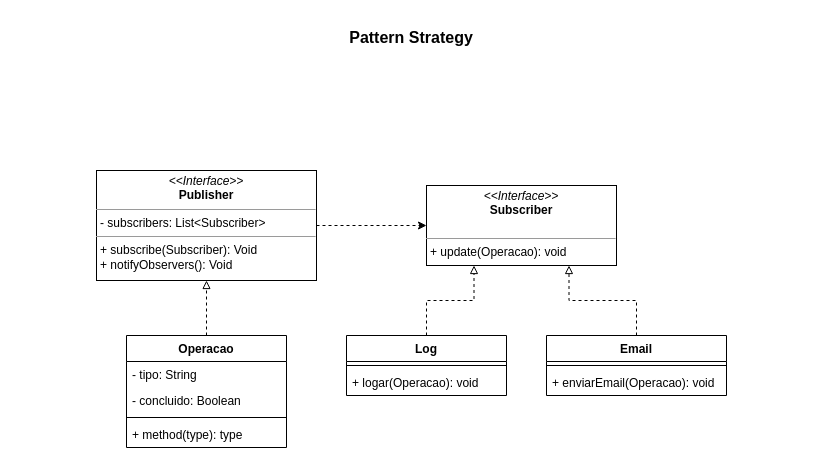
Above: page "Pattern" (1 of 2) of Padrões de Pojetos/Documentos/Diagramas/Strategy.drawio in hrszanini/bertoti (draw.io), before the change. Source tidied: cells renumbered, new cells numbered last; positions are measured from the earlier drawing's top-left corner, leaving out a move shared by most shapes. Both pictures are drawn from the tidied source at 100%, with x=0, y=0 at pixel (96, 17).
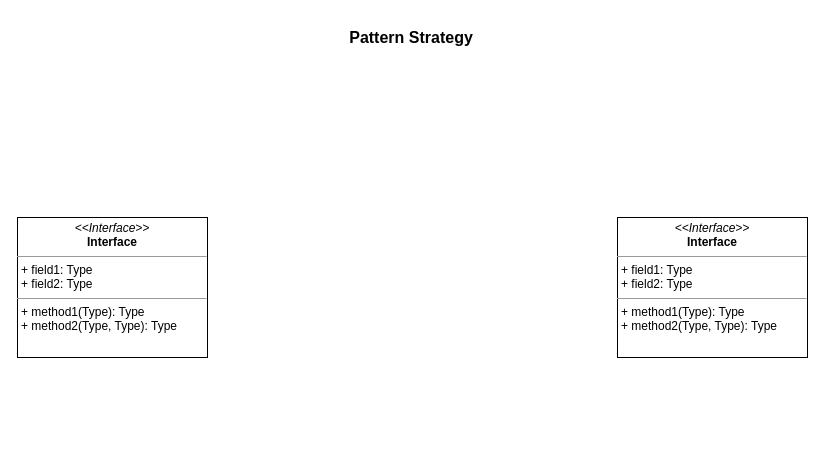
The same page after the edit.

Commit message (it also covers changes not shown here):
Alteração de imagem

What changed in the source:
```diff
@@
 <mxGraphModel>
   <root>
     <mxCell id="0" />
     <mxCell id="1" parent="0" />
-    <mxCell id="2" style="edgeStyle=orthogonalEdgeStyle;rounded=0;jettySize=auto;html=1;endArrow=block;endFill=0;dashed=1;" parent="1" edge="1" source="3" target="9">
-      <mxGeometry relative="1" as="geometry" />
-    </mxCell>
-    <mxCell id="3" value="Operacao" style="swimlane;fontStyle=1;align=center;verticalAlign=top;horizontal=1;startSize=26;" parent="1" vertex="1">
-      <mxGeometry x="30" y="318" width="160" height="112" as="geometry" />
-    </mxCell>
-    <mxCell id="4" value="- tipo: String" style="text;strokeColor=none;fillColor=none;align=left;verticalAlign=top;spacingLeft=4;spacingRight=4;overflow=hidden;" parent="3" vertex="1">
-      <mxGeometry y="26" width="160" height="26" as="geometry" />
-    </mxCell>
-    <mxCell id="5" value="- concluido: Boolean" style="text;strokeColor=none;fillColor=none;align=left;verticalAlign=top;spacingLeft=4;spacingRight=4;overflow=hidden;" parent="3" vertex="1">
-      <mxGeometry y="52" width="160" height="26" as="geometry" />
-    </mxCell>
-    <mxCell id="6" style="line;strokeWidth=1;fillColor=none;align=left;verticalAlign=middle;spacingTop=-1;spacingLeft=3;spacingRight=3;labelPosition=right;" parent="3" vertex="1">
-      <mxGeometry y="78" width="160" height="8" as="geometry" />
-    </mxCell>
-    <mxCell id="7" value="+ method(type): type" style="text;strokeColor=none;fillColor=none;align=left;verticalAlign=top;spacingLeft=4;spacingRight=4;overflow=hidden;" parent="3" vertex="1">
-      <mxGeometry y="86" width="160" height="26" as="geometry" />
-    </mxCell>
-    <mxCell id="8" style="edgeStyle=orthogonalEdgeStyle;rounded=0;jettySize=auto;html=1;endArrow=classic;endFill=1;startArrow=none;startFill=0;dashed=1;" parent="1" edge="1" source="9" target="10">
-      <mxGeometry relative="1" as="geometry" />
-    </mxCell>
-    <mxCell id="9" value="&lt;p style=&quot;margin:0px;margin-top:4px;text-align:center;&quot;&gt;&lt;i&gt;&amp;lt;&amp;lt;Interface&amp;gt;&amp;gt;&lt;/i&gt;&lt;br&gt;&lt;b&gt;Publisher&lt;/b&gt;&lt;/p&gt;&lt;hr size=&quot;1&quot;&gt;&lt;p style=&quot;margin:0px;margin-left:4px;&quot;&gt;- subscribers: List&amp;lt;Subscriber&amp;gt;&lt;br&gt;&lt;/p&gt;&lt;hr size=&quot;1&quot;&gt;&lt;p style=&quot;margin:0px;margin-left:4px;&quot;&gt;+ subscribe(Subscriber): Void&lt;br&gt;+ notifyObservers(): Void&lt;/p&gt;" style="verticalAlign=top;align=left;overflow=fill;fontSize=12;fontFamily=Helvetica;html=1;" parent="1" vertex="1">
-      <mxGeometry y="153" width="220" height="110" as="geometry" />
-    </mxCell>
-    <mxCell id="10" value="&lt;p style=&quot;margin:0px;margin-top:4px;text-align:center;&quot;&gt;&lt;i&gt;&amp;lt;&amp;lt;Interface&amp;gt;&amp;gt;&lt;/i&gt;&lt;br&gt;&lt;b&gt;Subscriber&lt;/b&gt;&lt;/p&gt;&lt;p style=&quot;margin:0px;margin-left:4px;&quot;&gt;&lt;br&gt;&lt;/p&gt;&lt;hr size=&quot;1&quot;&gt;&lt;p style=&quot;margin:0px;margin-left:4px;&quot;&gt;+ update(Operacao): void&lt;br&gt;&lt;/p&gt;" style="verticalAlign=top;align=left;overflow=fill;fontSize=12;fontFamily=Helvetica;html=1;" parent="1" vertex="1">
-      <mxGeometry x="330" y="168" width="190" height="80" as="geometry" />
-    </mxCell>
-    <mxCell id="11" style="edgeStyle=orthogonalEdgeStyle;rounded=0;jettySize=auto;html=1;endArrow=block;endFill=0;entryX=0.25;entryY=1;entryDx=0;entryDy=0;dashed=1;" parent="1" edge="1" source="12" target="10">
-      <mxGeometry relative="1" as="geometry" />
-    </mxCell>
-    <mxCell id="12" value="Log" style="swimlane;fontStyle=1;align=center;verticalAlign=top;horizontal=1;startSize=26;" parent="1" vertex="1">
-      <mxGeometry x="250" y="318" width="160" height="60" as="geometry" />
-    </mxCell>
-    <mxCell id="13" style="line;strokeWidth=1;fillColor=none;align=left;verticalAlign=middle;spacingTop=-1;spacingLeft=3;spacingRight=3;labelPosition=right;" parent="12" vertex="1">
-      <mxGeometry y="26" width="160" height="8" as="geometry" />
-    </mxCell>
-    <mxCell id="14" value="+ logar(Operacao): void" style="text;strokeColor=none;fillColor=none;align=left;verticalAlign=top;spacingLeft=4;spacingRight=4;overflow=hidden;" parent="12" vertex="1">
-      <mxGeometry y="34" width="160" height="26" as="geometry" />
-    </mxCell>
-    <mxCell id="15" style="edgeStyle=orthogonalEdgeStyle;rounded=0;jettySize=auto;html=1;endArrow=block;endFill=0;entryX=0.75;entryY=1;entryDx=0;entryDy=0;dashed=1;" parent="1" edge="1" source="16" target="10">
-      <mxGeometry relative="1" as="geometry" />
-    </mxCell>
-    <mxCell id="16" value="Email" style="swimlane;fontStyle=1;align=center;verticalAlign=top;horizontal=1;startSize=26;" parent="1" vertex="1">
-      <mxGeometry x="450" y="318" width="180" height="60" as="geometry" />
-    </mxCell>
-    <mxCell id="17" style="line;strokeWidth=1;fillColor=none;align=left;verticalAlign=middle;spacingTop=-1;spacingLeft=3;spacingRight=3;labelPosition=right;" parent="16" vertex="1">
-      <mxGeometry y="26" width="180" height="8" as="geometry" />
-    </mxCell>
-    <mxCell id="18" value="+ enviarEmail(Operacao): void" style="text;strokeColor=none;fillColor=none;align=left;verticalAlign=top;spacingLeft=4;spacingRight=4;overflow=hidden;" parent="16" vertex="1">
-      <mxGeometry y="34" width="180" height="26" as="geometry" />
-    </mxCell>
     <mxCell id="19" value="Pattern Strategy" style="text;html=1;strokeColor=none;fillColor=none;align=center;verticalAlign=middle;whiteSpace=wrap;rounded=0;fontStyle=1;fontSize=16;" parent="1" vertex="1">
       <mxGeometry x="232" width="166" height="40" as="geometry" />
     </mxCell>
+    <mxCell id="20" value="&lt;p style=&quot;margin:0px;margin-top:4px;text-align:center;&quot;&gt;&lt;i&gt;&amp;lt;&amp;lt;Interface&amp;gt;&amp;gt;&lt;/i&gt;&lt;br/&gt;&lt;b&gt;Interface&lt;/b&gt;&lt;/p&gt;&lt;hr size=&quot;1&quot;/&gt;&lt;p style=&quot;margin:0px;margin-left:4px;&quot;&gt;+ field1: Type&lt;br/&gt;+ field2: Type&lt;/p&gt;&lt;hr size=&quot;1&quot;/&gt;&lt;p style=&quot;margin:0px;margin-left:4px;&quot;&gt;+ method1(Type): Type&lt;br/&gt;+ method2(Type, Type): Type&lt;/p&gt;" style="verticalAlign=top;align=left;overflow=fill;fontSize=12;fontFamily=Helvetica;html=1;" parent="1" vertex="1">
+      <mxGeometry x="-79" y="200" width="190" height="140" as="geometry" />
+    </mxCell>
+    <mxCell id="21" value="&lt;p style=&quot;margin:0px;margin-top:4px;text-align:center;&quot;&gt;&lt;i&gt;&amp;lt;&amp;lt;Interface&amp;gt;&amp;gt;&lt;/i&gt;&lt;br/&gt;&lt;b&gt;Interface&lt;/b&gt;&lt;/p&gt;&lt;hr size=&quot;1&quot;/&gt;&lt;p style=&quot;margin:0px;margin-left:4px;&quot;&gt;+ field1: Type&lt;br/&gt;+ field2: Type&lt;/p&gt;&lt;hr size=&quot;1&quot;/&gt;&lt;p style=&quot;margin:0px;margin-left:4px;&quot;&gt;+ method1(Type): Type&lt;br/&gt;+ method2(Type, Type): Type&lt;/p&gt;" style="verticalAlign=top;align=left;overflow=fill;fontSize=12;fontFamily=Helvetica;html=1;" parent="1" vertex="1">
+      <mxGeometry x="521" y="200" width="190" height="140" as="geometry" />
+    </mxCell>
   </root>
 </mxGraphModel>
```
